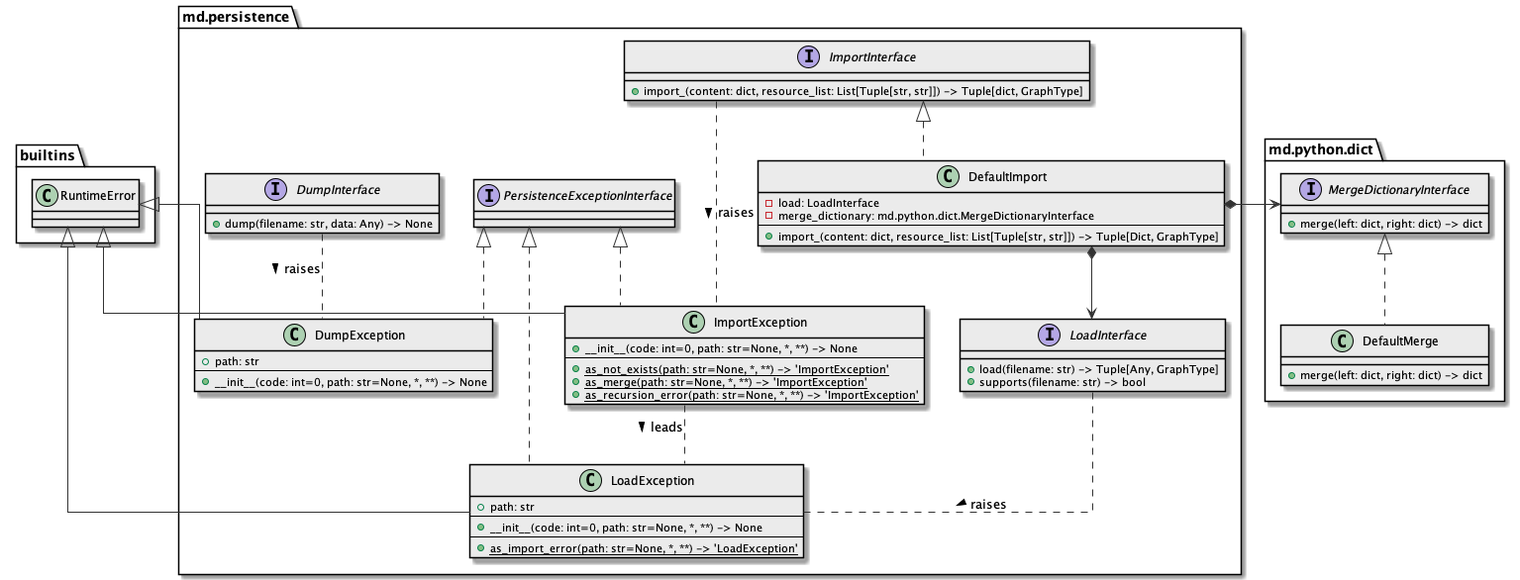
Before: docs/_static/architecture-overview.class-diagram.png, a diagram exported from PlantUML (md-py/md.persistence).
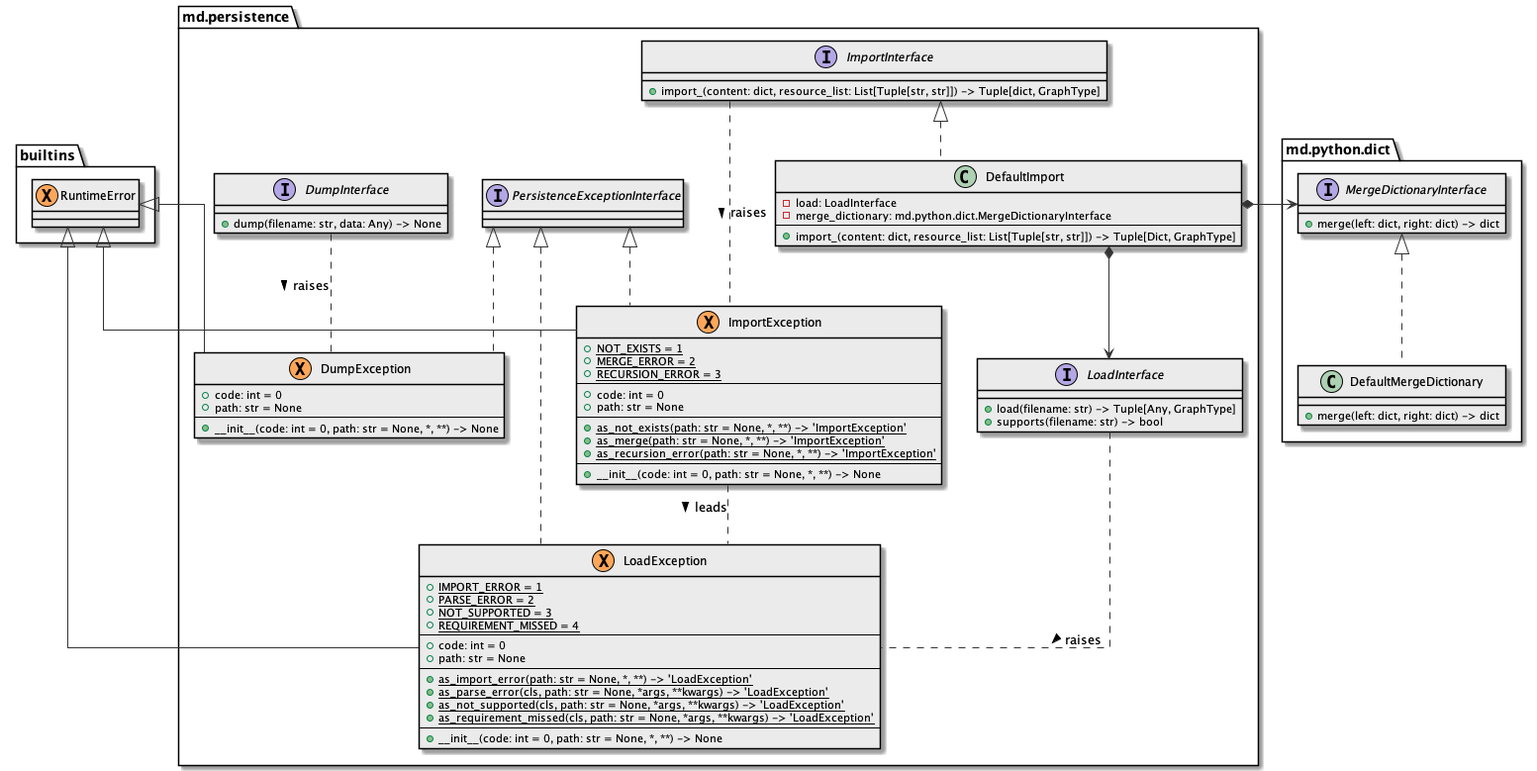
The same diagram one commit later.

Commit message:
feature: added few reason codes for `md.persistence.LoadException` and related constructors

What changed in the source:
```diff
@@ -9,20 +9,19 @@
 skinparam lineType ortho
 
 package builtins {
-  class builtins.RuntimeError {}
+  class builtins.RuntimeError <<(X,#FFA659)>> {}
 }
 
-package md.python.dict {
-  interface md.python.dict.MergeDictionaryInterface {
+namespace md.python.dict {
+  interface MergeDictionaryInterface {
     + merge(left: dict, right: dict) -> dict
   }
-
-  class md.python.dict.DefaultMerge implements md.python.dict.MergeDictionaryInterface {
+  class DefaultMergeDictionary implements MergeDictionaryInterface {
     + merge(left: dict, right: dict) -> dict
   }
 }
 
-package md.persistence {
+namespace md.persistence {
   interface LoadInterface {
     + load(filename: str) -> Tuple[Any, GraphType]
     + supports(filename: str) -> bool
@@ -37,26 +36,43 @@
   }
 
   interface PersistenceExceptionInterface {}
-  class LoadException extends builtins.RuntimeError implements PersistenceExceptionInterface {
-    + path: str
+  class LoadException <<(X,#FFA659)>> extends builtins.RuntimeError implements PersistenceExceptionInterface {
+    + {static} IMPORT_ERROR = 1
+    + {static} PARSE_ERROR = 2
+    + {static} NOT_SUPPORTED = 3
+    + {static} REQUIREMENT_MISSED = 4
     ---
-    + __init__(code: int=0, path: str=None, *, **) -> None
+    + code: int = 0
+    + path: str = None
     ---
-    + {static} as_import_error(path: str=None, *, **) -> 'LoadException'
+    + {static} as_import_error(path: str = None, *, **) -> 'LoadException'
+    + {static} as_parse_error(cls, path: str = None, *args, **kwargs) -> 'LoadException'
+    + {static} as_not_supported(cls, path: str = None, *args, **kwargs) -> 'LoadException'
+    + {static} as_requirement_missed(cls, path: str = None, *args, **kwargs) -> 'LoadException'
+    ---
+    + __init__(code: int = 0, path: str = None, *, **) -> None
   }
 
-  class DumpException extends builtins.RuntimeError implements PersistenceExceptionInterface {
-    + path: str
+  class DumpException <<(X,#FFA659)>> extends builtins.RuntimeError implements PersistenceExceptionInterface {
+    + code: int = 0
+    + path: str = None
     ---
-    + __init__(code: int=0, path: str=None, *, **) -> None
+    + __init__(code: int = 0, path: str = None, *, **) -> None
   }
 
-  class ImportException extends builtins.RuntimeError implements PersistenceExceptionInterface {
-    + __init__(code: int=0, path: str=None, *, **) -> None
+  class ImportException <<(X,#FFA659)>> extends builtins.RuntimeError implements PersistenceExceptionInterface {
+    + {static} NOT_EXISTS = 1
+    + {static} MERGE_ERROR = 2
+    + {static} RECURSION_ERROR = 3
     ---
-    + {static} as_not_exists(path: str=None, *, **) -> 'ImportException'
-    + {static} as_merge(path: str=None, *, **) -> 'ImportException'
-    + {static} as_recursion_error(path: str=None, *, **) -> 'ImportException'
+    + code: int = 0
+    + path: str = None
+    ---
+    + {static} as_not_exists(path: str = None, *, **) -> 'ImportException'
+    + {static} as_merge(path: str = None, *, **) -> 'ImportException'
+    + {static} as_recursion_error(path: str = None, *, **) -> 'ImportException'
+    ---
+    + __init__(code: int = 0, path: str = None, *, **) -> None
   }
 
   class DefaultImport implements ImportInterface {
```
